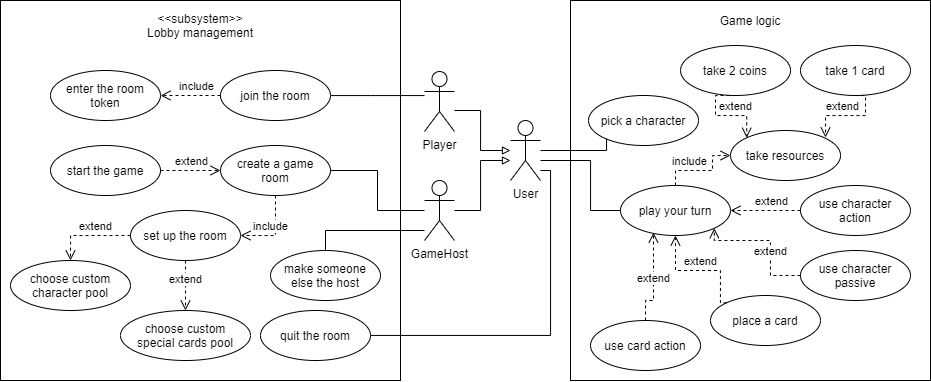
The draw.io diagram docs/UseCaseDiagram.png in AntonArtomovNM/KCAA, before a commit. Source tidied: cells renumbered, new cells last; positions are measured from the earlier drawing's top-left corner, leaving out a move shared by most shapes. Its diagram source:
```xml
<mxGraphModel>
  <root>
    <mxCell id="0" />
    <mxCell id="1" parent="0" />
    <mxCell id="2" style="rounded=0;whiteSpace=wrap;html=1;fillColor=none;" parent="1" vertex="1">
      <mxGeometry x="570" width="360" height="380" as="geometry" />
    </mxCell>
    <mxCell id="3" style="rounded=0;whiteSpace=wrap;html=1;fillColor=none;" parent="1" vertex="1">
      <mxGeometry width="400" height="380" as="geometry" />
    </mxCell>
    <mxCell id="4" style="edgeStyle=orthogonalEdgeStyle;rounded=0;jettySize=auto;html=1;startArrow=none;startFill=0;endArrow=none;endFill=0;" parent="1" edge="1" source="6" target="18">
      <mxGeometry relative="1" as="geometry">
        <Array as="points">
          <mxPoint x="370" y="95" />
          <mxPoint x="370" y="95" />
        </Array>
      </mxGeometry>
    </mxCell>
    <mxCell id="5" style="edgeStyle=orthogonalEdgeStyle;rounded=0;jettySize=auto;html=1;startArrow=none;startFill=0;endArrow=none;endFill=0;" parent="1" edge="1" source="14" target="43">
      <mxGeometry relative="1" as="geometry">
        <Array as="points">
          <mxPoint x="550" y="170" />
          <mxPoint x="550" y="335" />
        </Array>
      </mxGeometry>
    </mxCell>
    <mxCell id="6" value="Player" style="shape=umlActor;verticalLabelPosition=bottom;verticalAlign=top;html=1;outlineConnect=0;" parent="1" vertex="1">
      <mxGeometry x="424" y="71" width="30" height="60" as="geometry" />
    </mxCell>
    <mxCell id="7" value="create a game&lt;br&gt;room" style="ellipse;whiteSpace=wrap;html=1;" parent="1" vertex="1">
      <mxGeometry x="220" y="145" width="110" height="50" as="geometry" />
    </mxCell>
    <mxCell id="8" style="edgeStyle=orthogonalEdgeStyle;rounded=0;jettySize=auto;html=1;startArrow=none;startFill=0;endArrow=none;endFill=0;entryX=1;entryY=0.5;entryDx=0;entryDy=0;" parent="1" edge="1" source="10" target="7">
      <mxGeometry relative="1" as="geometry" />
    </mxCell>
    <mxCell id="9" style="edgeStyle=orthogonalEdgeStyle;rounded=0;jettySize=auto;html=1;startArrow=none;startFill=0;endArrow=none;endFill=0;entryX=0.5;entryY=0;entryDx=0;entryDy=0;" parent="1" edge="1" source="10" target="44">
      <mxGeometry relative="1" as="geometry">
        <Array as="points">
          <mxPoint x="325" y="230" />
        </Array>
      </mxGeometry>
    </mxCell>
    <mxCell id="10" value="GameHost" style="shape=umlActor;verticalLabelPosition=bottom;verticalAlign=top;html=1;outlineConnect=0;" parent="1" vertex="1">
      <mxGeometry x="424" y="180" width="30" height="60" as="geometry" />
    </mxCell>
    <mxCell id="11" style="edgeStyle=orthogonalEdgeStyle;rounded=0;jettySize=auto;html=1;endArrow=none;endFill=0;startArrow=block;startFill=0;" parent="1" edge="1" source="14" target="6">
      <mxGeometry relative="1" as="geometry">
        <Array as="points">
          <mxPoint x="480" y="150" />
          <mxPoint x="480" y="110" />
        </Array>
      </mxGeometry>
    </mxCell>
    <mxCell id="12" style="edgeStyle=orthogonalEdgeStyle;rounded=0;jettySize=auto;html=1;startArrow=none;startFill=0;endArrow=none;endFill=0;entryX=0;entryY=1;entryDx=0;entryDy=0;" parent="1" edge="1" source="14" target="23">
      <mxGeometry relative="1" as="geometry">
        <Array as="points">
          <mxPoint x="606" y="150" />
        </Array>
      </mxGeometry>
    </mxCell>
    <mxCell id="13" style="edgeStyle=orthogonalEdgeStyle;rounded=0;jettySize=auto;html=1;startArrow=none;startFill=0;endArrow=none;endFill=0;entryX=0;entryY=0.5;entryDx=0;entryDy=0;" parent="1" edge="1" source="14" target="28">
      <mxGeometry relative="1" as="geometry">
        <Array as="points">
          <mxPoint x="590" y="160" />
          <mxPoint x="590" y="210" />
        </Array>
      </mxGeometry>
    </mxCell>
    <mxCell id="14" value="User" style="shape=umlActor;verticalLabelPosition=bottom;verticalAlign=top;html=1;outlineConnect=0;" parent="1" vertex="1">
      <mxGeometry x="510" y="120" width="30" height="60" as="geometry" />
    </mxCell>
    <mxCell id="15" style="edgeStyle=orthogonalEdgeStyle;rounded=0;jettySize=auto;html=1;endArrow=none;endFill=0;startArrow=block;startFill=0;" parent="1" edge="1" source="14" target="10">
      <mxGeometry relative="1" as="geometry">
        <Array as="points">
          <mxPoint x="480" y="160" />
          <mxPoint x="480" y="210" />
        </Array>
      </mxGeometry>
    </mxCell>
    <mxCell id="16" value="set up the room" style="ellipse;whiteSpace=wrap;html=1;" parent="1" vertex="1">
      <mxGeometry x="130" y="210" width="110" height="50" as="geometry" />
    </mxCell>
    <mxCell id="17" value="include" style="html=1;verticalAlign=bottom;endArrow=open;dashed=1;endSize=8;rounded=0;edgeStyle=orthogonalEdgeStyle;exitX=0.5;exitY=1;exitDx=0;exitDy=0;entryX=1;entryY=0.5;entryDx=0;entryDy=0;" parent="1" edge="1" source="7" target="16">
      <mxGeometry x="0.2" relative="1" as="geometry" />
    </mxCell>
    <mxCell id="18" value="join the room" style="ellipse;whiteSpace=wrap;html=1;" parent="1" vertex="1">
      <mxGeometry x="220" y="70" width="110" height="50" as="geometry" />
    </mxCell>
    <mxCell id="19" value="start the game" style="ellipse;whiteSpace=wrap;html=1;" parent="1" vertex="1">
      <mxGeometry x="50" y="145" width="110" height="50" as="geometry" />
    </mxCell>
    <mxCell id="20" value="extend" style="html=1;verticalAlign=bottom;endArrow=open;dashed=1;endSize=8;rounded=0;edgeStyle=orthogonalEdgeStyle;entryX=0;entryY=0.5;entryDx=0;entryDy=0;exitX=1;exitY=0.5;exitDx=0;exitDy=0;" parent="1" edge="1" source="19" target="7">
      <mxGeometry relative="1" as="geometry" />
    </mxCell>
    <mxCell id="21" value="enter the room&lt;br&gt;token" style="ellipse;whiteSpace=wrap;html=1;" parent="1" vertex="1">
      <mxGeometry x="50" y="70" width="110" height="50" as="geometry" />
    </mxCell>
    <mxCell id="22" value="include" style="html=1;verticalAlign=bottom;endArrow=open;dashed=1;endSize=8;rounded=0;edgeStyle=orthogonalEdgeStyle;exitX=0;exitY=0.5;exitDx=0;exitDy=0;entryX=1;entryY=0.5;entryDx=0;entryDy=0;" parent="1" edge="1" source="18" target="21">
      <mxGeometry x="-0.2" relative="1" as="geometry" />
    </mxCell>
    <mxCell id="23" value="pick a character" style="ellipse;whiteSpace=wrap;html=1;" parent="1" vertex="1">
      <mxGeometry x="588" y="95" width="110" height="50" as="geometry" />
    </mxCell>
    <mxCell id="24" value="choose custom&lt;br&gt;character pool" style="ellipse;whiteSpace=wrap;html=1;" parent="1" vertex="1">
      <mxGeometry x="10" y="260" width="120" height="50" as="geometry" />
    </mxCell>
    <mxCell id="25" value="choose custom&lt;br&gt;special cards pool" style="ellipse;whiteSpace=wrap;html=1;" parent="1" vertex="1">
      <mxGeometry x="120" y="310" width="130" height="50" as="geometry" />
    </mxCell>
    <mxCell id="26" value="extend" style="html=1;verticalAlign=bottom;endArrow=open;dashed=1;endSize=8;rounded=0;edgeStyle=orthogonalEdgeStyle;exitX=0;exitY=0.5;exitDx=0;exitDy=0;entryX=0.5;entryY=0;entryDx=0;entryDy=0;" parent="1" edge="1" source="16" target="24">
      <mxGeometry x="-0.16" relative="1" as="geometry">
        <Array as="points">
          <mxPoint x="70" y="235" />
        </Array>
      </mxGeometry>
    </mxCell>
    <mxCell id="27" value="extend" style="html=1;verticalAlign=bottom;endArrow=open;dashed=1;endSize=8;rounded=0;edgeStyle=orthogonalEdgeStyle;exitX=0.5;exitY=1;exitDx=0;exitDy=0;entryX=0.5;entryY=0;entryDx=0;entryDy=0;" parent="1" edge="1" source="16" target="25">
      <mxGeometry x="0.11" relative="1" as="geometry">
        <Array as="points">
          <mxPoint x="185" y="290" />
          <mxPoint x="185" y="290" />
        </Array>
      </mxGeometry>
    </mxCell>
    <mxCell id="28" value="play your turn" style="ellipse;whiteSpace=wrap;html=1;" parent="1" vertex="1">
      <mxGeometry x="620" y="185" width="110" height="50" as="geometry" />
    </mxCell>
    <mxCell id="29" value="take resources" style="ellipse;whiteSpace=wrap;html=1;" parent="1" vertex="1">
      <mxGeometry x="730" y="130" width="110" height="50" as="geometry" />
    </mxCell>
    <mxCell id="30" value="take 2 coins" style="ellipse;whiteSpace=wrap;html=1;" parent="1" vertex="1">
      <mxGeometry x="680" y="45" width="110" height="50" as="geometry" />
    </mxCell>
    <mxCell id="31" value="extend" style="html=1;verticalAlign=bottom;endArrow=open;dashed=1;endSize=8;rounded=0;edgeStyle=orthogonalEdgeStyle;exitX=0.5;exitY=1;exitDx=0;exitDy=0;entryX=0;entryY=0;entryDx=0;entryDy=0;" parent="1" edge="1" source="30" target="29">
      <mxGeometry x="0.28" relative="1" as="geometry">
        <Array as="points">
          <mxPoint x="715" y="115" />
          <mxPoint x="746" y="115" />
        </Array>
      </mxGeometry>
    </mxCell>
    <mxCell id="32" value="take 1 card" style="ellipse;whiteSpace=wrap;html=1;" parent="1" vertex="1">
      <mxGeometry x="800" y="45" width="110" height="50" as="geometry" />
    </mxCell>
    <mxCell id="33" value="extend" style="html=1;verticalAlign=bottom;endArrow=open;dashed=1;endSize=8;rounded=0;edgeStyle=orthogonalEdgeStyle;exitX=0.5;exitY=1;exitDx=0;exitDy=0;" parent="1" edge="1" source="32">
      <mxGeometry x="0.15" relative="1" as="geometry">
        <mxPoint x="825" y="137" as="targetPoint" />
        <Array as="points">
          <mxPoint x="865" y="115" />
          <mxPoint x="825" y="115" />
        </Array>
      </mxGeometry>
    </mxCell>
    <mxCell id="34" value="include" style="html=1;verticalAlign=bottom;endArrow=open;dashed=1;endSize=8;rounded=0;edgeStyle=orthogonalEdgeStyle;exitX=0.5;exitY=0;exitDx=0;exitDy=0;entryX=0;entryY=0.5;entryDx=0;entryDy=0;" parent="1" edge="1" source="28" target="29">
      <mxGeometry x="-0.29" relative="1" as="geometry">
        <Array as="points">
          <mxPoint x="675" y="170" />
          <mxPoint x="712" y="170" />
          <mxPoint x="712" y="155" />
        </Array>
      </mxGeometry>
    </mxCell>
    <mxCell id="35" value="place a card" style="ellipse;whiteSpace=wrap;html=1;" parent="1" vertex="1">
      <mxGeometry x="710" y="295" width="110" height="50" as="geometry" />
    </mxCell>
    <mxCell id="36" value="extend" style="html=1;verticalAlign=bottom;endArrow=open;dashed=1;endSize=8;rounded=0;edgeStyle=orthogonalEdgeStyle;exitX=0;exitY=0;exitDx=0;exitDy=0;entryX=0.5;entryY=1;entryDx=0;entryDy=0;" parent="1" edge="1" source="35" target="28">
      <mxGeometry x="-0.01" relative="1" as="geometry">
        <Array as="points">
          <mxPoint x="720" y="302" />
          <mxPoint x="720" y="270" />
          <mxPoint x="675" y="270" />
        </Array>
      </mxGeometry>
    </mxCell>
    <mxCell id="37" value="use character action" style="ellipse;whiteSpace=wrap;html=1;" parent="1" vertex="1">
      <mxGeometry x="800" y="185" width="110" height="50" as="geometry" />
    </mxCell>
    <mxCell id="38" value="use character passive" style="ellipse;whiteSpace=wrap;html=1;" parent="1" vertex="1">
      <mxGeometry x="800" y="250" width="110" height="50" as="geometry" />
    </mxCell>
    <mxCell id="39" value="extend" style="html=1;verticalAlign=bottom;endArrow=open;dashed=1;endSize=8;rounded=0;edgeStyle=orthogonalEdgeStyle;entryX=1;entryY=1;entryDx=0;entryDy=0;exitX=0;exitY=0.5;exitDx=0;exitDy=0;" parent="1" edge="1" source="38" target="28">
      <mxGeometry x="-0.33" relative="1" as="geometry">
        <Array as="points">
          <mxPoint x="770" y="275" />
          <mxPoint x="770" y="240" />
          <mxPoint x="714" y="240" />
        </Array>
      </mxGeometry>
    </mxCell>
    <mxCell id="40" value="extend" style="html=1;verticalAlign=bottom;endArrow=open;dashed=1;endSize=8;rounded=0;edgeStyle=orthogonalEdgeStyle;entryX=1;entryY=0.5;entryDx=0;entryDy=0;exitX=0;exitY=0.5;exitDx=0;exitDy=0;" parent="1" edge="1" source="37" target="28">
      <mxGeometry x="-0.14" relative="1" as="geometry">
        <Array as="points">
          <mxPoint x="760" y="210" />
          <mxPoint x="760" y="210" />
        </Array>
      </mxGeometry>
    </mxCell>
    <mxCell id="41" value="use card action" style="ellipse;whiteSpace=wrap;html=1;" parent="1" vertex="1">
      <mxGeometry x="590" y="320" width="110" height="50" as="geometry" />
    </mxCell>
    <mxCell id="42" value="extend" style="html=1;verticalAlign=bottom;endArrow=open;dashed=1;endSize=8;rounded=0;edgeStyle=orthogonalEdgeStyle;entryX=0.3;entryY=0.943;entryDx=0;entryDy=0;exitX=0.5;exitY=0;exitDx=0;exitDy=0;entryPerimeter=0;" parent="1" edge="1" source="41" target="28">
      <mxGeometry x="-0.14" relative="1" as="geometry">
        <Array as="points">
          <mxPoint x="645" y="300" />
          <mxPoint x="653" y="300" />
        </Array>
      </mxGeometry>
    </mxCell>
    <mxCell id="43" value="quit the room" style="ellipse;whiteSpace=wrap;html=1;" parent="1" vertex="1">
      <mxGeometry x="260" y="310" width="110" height="50" as="geometry" />
    </mxCell>
    <mxCell id="44" value="make someone&lt;br&gt;else the host" style="ellipse;whiteSpace=wrap;html=1;" parent="1" vertex="1">
      <mxGeometry x="270" y="250" width="110" height="50" as="geometry" />
    </mxCell>
    <mxCell id="45" value="&amp;lt;&amp;lt;subsystem&amp;gt;&amp;gt;&lt;br&gt;Lobby management" style="text;html=1;strokeColor=none;fillColor=none;align=center;verticalAlign=middle;whiteSpace=wrap;rounded=0;" parent="1" vertex="1">
      <mxGeometry x="110" y="5" width="180" height="40" as="geometry" />
    </mxCell>
    <mxCell id="46" value="Game logic" style="text;html=1;strokeColor=none;fillColor=none;align=center;verticalAlign=middle;whiteSpace=wrap;rounded=0;" parent="1" vertex="1">
      <mxGeometry x="660" y="10" width="180" height="20" as="geometry" />
    </mxCell>
  </root>
</mxGraphModel>
```
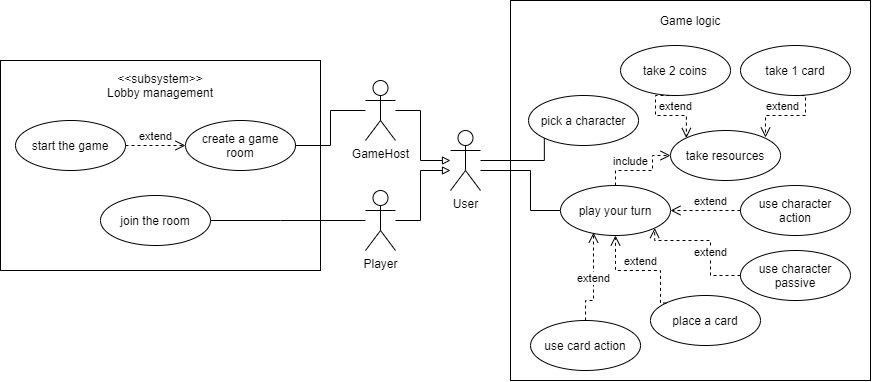
Later version of the same file.

The edit, as a diff of the source:
```diff
@@ -6,122 +6,80 @@
       <mxGeometry x="570" width="360" height="380" as="geometry" />
     </mxCell>
     <mxCell id="3" style="rounded=0;whiteSpace=wrap;html=1;fillColor=none;" parent="1" vertex="1">
-      <mxGeometry width="400" height="380" as="geometry" />
+      <mxGeometry x="60" y="60" width="320" height="210" as="geometry" />
     </mxCell>
     <mxCell id="4" style="edgeStyle=orthogonalEdgeStyle;rounded=0;jettySize=auto;html=1;startArrow=none;startFill=0;endArrow=none;endFill=0;" parent="1" edge="1" source="6" target="18">
       <mxGeometry relative="1" as="geometry">
         <Array as="points">
-          <mxPoint x="370" y="95" />
-          <mxPoint x="370" y="95" />
+          <mxPoint x="340" y="220" />
+          <mxPoint x="340" y="220" />
         </Array>
       </mxGeometry>
     </mxCell>
-    <mxCell id="5" style="edgeStyle=orthogonalEdgeStyle;rounded=0;jettySize=auto;html=1;startArrow=none;startFill=0;endArrow=none;endFill=0;" parent="1" edge="1" source="14" target="43">
-      <mxGeometry relative="1" as="geometry">
-        <Array as="points">
-          <mxPoint x="550" y="170" />
-          <mxPoint x="550" y="335" />
-        </Array>
-      </mxGeometry>
-    </mxCell>
     <mxCell id="6" value="Player" style="shape=umlActor;verticalLabelPosition=bottom;verticalAlign=top;html=1;outlineConnect=0;" parent="1" vertex="1">
-      <mxGeometry x="424" y="71" width="30" height="60" as="geometry" />
+      <mxGeometry x="425" y="190" width="30" height="60" as="geometry" />
     </mxCell>
     <mxCell id="7" value="create a game&lt;br&gt;room" style="ellipse;whiteSpace=wrap;html=1;" parent="1" vertex="1">
-      <mxGeometry x="220" y="145" width="110" height="50" as="geometry" />
+      <mxGeometry x="245" y="120" width="110" height="50" as="geometry" />
     </mxCell>
     <mxCell id="8" style="edgeStyle=orthogonalEdgeStyle;rounded=0;jettySize=auto;html=1;startArrow=none;startFill=0;endArrow=none;endFill=0;entryX=1;entryY=0.5;entryDx=0;entryDy=0;" parent="1" edge="1" source="10" target="7">
-      <mxGeometry relative="1" as="geometry" />
+      <mxGeometry relative="1" as="geometry">
+        <Array as="points">
+          <mxPoint x="390" y="110" />
+          <mxPoint x="390" y="145" />
+        </Array>
+      </mxGeometry>
     </mxCell>
-    <mxCell id="9" style="edgeStyle=orthogonalEdgeStyle;rounded=0;jettySize=auto;html=1;startArrow=none;startFill=0;endArrow=none;endFill=0;entryX=0.5;entryY=0;entryDx=0;entryDy=0;" parent="1" edge="1" source="10" target="44">
-      <mxGeometry relative="1" as="geometry">
-        <Array as="points">
-          <mxPoint x="325" y="230" />
-        </Array>
-      </mxGeometry>
-    </mxCell>
     <mxCell id="10" value="GameHost" style="shape=umlActor;verticalLabelPosition=bottom;verticalAlign=top;html=1;outlineConnect=0;" parent="1" vertex="1">
-      <mxGeometry x="424" y="180" width="30" height="60" as="geometry" />
+      <mxGeometry x="425" y="80" width="30" height="60" as="geometry" />
     </mxCell>
     <mxCell id="11" style="edgeStyle=orthogonalEdgeStyle;rounded=0;jettySize=auto;html=1;endArrow=none;endFill=0;startArrow=block;startFill=0;" parent="1" edge="1" source="14" target="6">
       <mxGeometry relative="1" as="geometry">
         <Array as="points">
-          <mxPoint x="480" y="150" />
-          <mxPoint x="480" y="110" />
+          <mxPoint x="480" y="170" />
+          <mxPoint x="480" y="220" />
         </Array>
       </mxGeometry>
     </mxCell>
     <mxCell id="12" style="edgeStyle=orthogonalEdgeStyle;rounded=0;jettySize=auto;html=1;startArrow=none;startFill=0;endArrow=none;endFill=0;entryX=0;entryY=1;entryDx=0;entryDy=0;" parent="1" edge="1" source="14" target="23">
       <mxGeometry relative="1" as="geometry">
         <Array as="points">
-          <mxPoint x="606" y="150" />
+          <mxPoint x="604" y="160" />
         </Array>
       </mxGeometry>
     </mxCell>
     <mxCell id="13" style="edgeStyle=orthogonalEdgeStyle;rounded=0;jettySize=auto;html=1;startArrow=none;startFill=0;endArrow=none;endFill=0;entryX=0;entryY=0.5;entryDx=0;entryDy=0;" parent="1" edge="1" source="14" target="28">
       <mxGeometry relative="1" as="geometry">
         <Array as="points">
-          <mxPoint x="590" y="160" />
+          <mxPoint x="590" y="170" />
           <mxPoint x="590" y="210" />
         </Array>
       </mxGeometry>
     </mxCell>
     <mxCell id="14" value="User" style="shape=umlActor;verticalLabelPosition=bottom;verticalAlign=top;html=1;outlineConnect=0;" parent="1" vertex="1">
-      <mxGeometry x="510" y="120" width="30" height="60" as="geometry" />
+      <mxGeometry x="510" y="130" width="30" height="60" as="geometry" />
     </mxCell>
-    <mxCell id="15" style="edgeStyle=orthogonalEdgeStyle;rounded=0;jettySize=auto;html=1;endArrow=none;endFill=0;startArrow=block;startFill=0;" parent="1" edge="1" source="14" target="10">
+    <mxCell id="15" style="edgeStyle=orthogonalEdgeStyle;rounded=0;jettySize=auto;html=1;endArrow=none;endFill=0;startArrow=block;startFill=0;" parent="1" edge="1" target="10">
       <mxGeometry relative="1" as="geometry">
+        <mxPoint x="510" y="160" as="sourcePoint" />
         <Array as="points">
           <mxPoint x="480" y="160" />
-          <mxPoint x="480" y="210" />
+          <mxPoint x="480" y="110" />
         </Array>
       </mxGeometry>
     </mxCell>
-    <mxCell id="16" value="set up the room" style="ellipse;whiteSpace=wrap;html=1;" parent="1" vertex="1">
-      <mxGeometry x="130" y="210" width="110" height="50" as="geometry" />
-    </mxCell>
-    <mxCell id="17" value="include" style="html=1;verticalAlign=bottom;endArrow=open;dashed=1;endSize=8;rounded=0;edgeStyle=orthogonalEdgeStyle;exitX=0.5;exitY=1;exitDx=0;exitDy=0;entryX=1;entryY=0.5;entryDx=0;entryDy=0;" parent="1" edge="1" source="7" target="16">
-      <mxGeometry x="0.2" relative="1" as="geometry" />
-    </mxCell>
     <mxCell id="18" value="join the room" style="ellipse;whiteSpace=wrap;html=1;" parent="1" vertex="1">
-      <mxGeometry x="220" y="70" width="110" height="50" as="geometry" />
+      <mxGeometry x="160" y="195" width="110" height="50" as="geometry" />
     </mxCell>
     <mxCell id="19" value="start the game" style="ellipse;whiteSpace=wrap;html=1;" parent="1" vertex="1">
-      <mxGeometry x="50" y="145" width="110" height="50" as="geometry" />
+      <mxGeometry x="75" y="120" width="110" height="50" as="geometry" />
     </mxCell>
     <mxCell id="20" value="extend" style="html=1;verticalAlign=bottom;endArrow=open;dashed=1;endSize=8;rounded=0;edgeStyle=orthogonalEdgeStyle;entryX=0;entryY=0.5;entryDx=0;entryDy=0;exitX=1;exitY=0.5;exitDx=0;exitDy=0;" parent="1" edge="1" source="19" target="7">
       <mxGeometry relative="1" as="geometry" />
     </mxCell>
-    <mxCell id="21" value="enter the room&lt;br&gt;token" style="ellipse;whiteSpace=wrap;html=1;" parent="1" vertex="1">
-      <mxGeometry x="50" y="70" width="110" height="50" as="geometry" />
-    </mxCell>
-    <mxCell id="22" value="include" style="html=1;verticalAlign=bottom;endArrow=open;dashed=1;endSize=8;rounded=0;edgeStyle=orthogonalEdgeStyle;exitX=0;exitY=0.5;exitDx=0;exitDy=0;entryX=1;entryY=0.5;entryDx=0;entryDy=0;" parent="1" edge="1" source="18" target="21">
-      <mxGeometry x="-0.2" relative="1" as="geometry" />
-    </mxCell>
     <mxCell id="23" value="pick a character" style="ellipse;whiteSpace=wrap;html=1;" parent="1" vertex="1">
       <mxGeometry x="588" y="95" width="110" height="50" as="geometry" />
     </mxCell>
-    <mxCell id="24" value="choose custom&lt;br&gt;character pool" style="ellipse;whiteSpace=wrap;html=1;" parent="1" vertex="1">
-      <mxGeometry x="10" y="260" width="120" height="50" as="geometry" />
-    </mxCell>
-    <mxCell id="25" value="choose custom&lt;br&gt;special cards pool" style="ellipse;whiteSpace=wrap;html=1;" parent="1" vertex="1">
-      <mxGeometry x="120" y="310" width="130" height="50" as="geometry" />
-    </mxCell>
-    <mxCell id="26" value="extend" style="html=1;verticalAlign=bottom;endArrow=open;dashed=1;endSize=8;rounded=0;edgeStyle=orthogonalEdgeStyle;exitX=0;exitY=0.5;exitDx=0;exitDy=0;entryX=0.5;entryY=0;entryDx=0;entryDy=0;" parent="1" edge="1" source="16" target="24">
-      <mxGeometry x="-0.16" relative="1" as="geometry">
-        <Array as="points">
-          <mxPoint x="70" y="235" />
-        </Array>
-      </mxGeometry>
-    </mxCell>
-    <mxCell id="27" value="extend" style="html=1;verticalAlign=bottom;endArrow=open;dashed=1;endSize=8;rounded=0;edgeStyle=orthogonalEdgeStyle;exitX=0.5;exitY=1;exitDx=0;exitDy=0;entryX=0.5;entryY=0;entryDx=0;entryDy=0;" parent="1" edge="1" source="16" target="25">
-      <mxGeometry x="0.11" relative="1" as="geometry">
-        <Array as="points">
-          <mxPoint x="185" y="290" />
-          <mxPoint x="185" y="290" />
-        </Array>
-      </mxGeometry>
-    </mxCell>
     <mxCell id="28" value="play your turn" style="ellipse;whiteSpace=wrap;html=1;" parent="1" vertex="1">
       <mxGeometry x="620" y="185" width="110" height="50" as="geometry" />
     </mxCell>
@@ -206,14 +164,8 @@
         </Array>
       </mxGeometry>
     </mxCell>
-    <mxCell id="43" value="quit the room" style="ellipse;whiteSpace=wrap;html=1;" parent="1" vertex="1">
-      <mxGeometry x="260" y="310" width="110" height="50" as="geometry" />
-    </mxCell>
-    <mxCell id="44" value="make someone&lt;br&gt;else the host" style="ellipse;whiteSpace=wrap;html=1;" parent="1" vertex="1">
-      <mxGeometry x="270" y="250" width="110" height="50" as="geometry" />
-    </mxCell>
     <mxCell id="45" value="&amp;lt;&amp;lt;subsystem&amp;gt;&amp;gt;&lt;br&gt;Lobby management" style="text;html=1;strokeColor=none;fillColor=none;align=center;verticalAlign=middle;whiteSpace=wrap;rounded=0;" parent="1" vertex="1">
-      <mxGeometry x="110" y="5" width="180" height="40" as="geometry" />
+      <mxGeometry x="130" y="65" width="180" height="40" as="geometry" />
     </mxCell>
     <mxCell id="46" value="Game logic" style="text;html=1;strokeColor=none;fillColor=none;align=center;verticalAlign=middle;whiteSpace=wrap;rounded=0;" parent="1" vertex="1">
       <mxGeometry x="660" y="10" width="180" height="20" as="geometry" />
```
